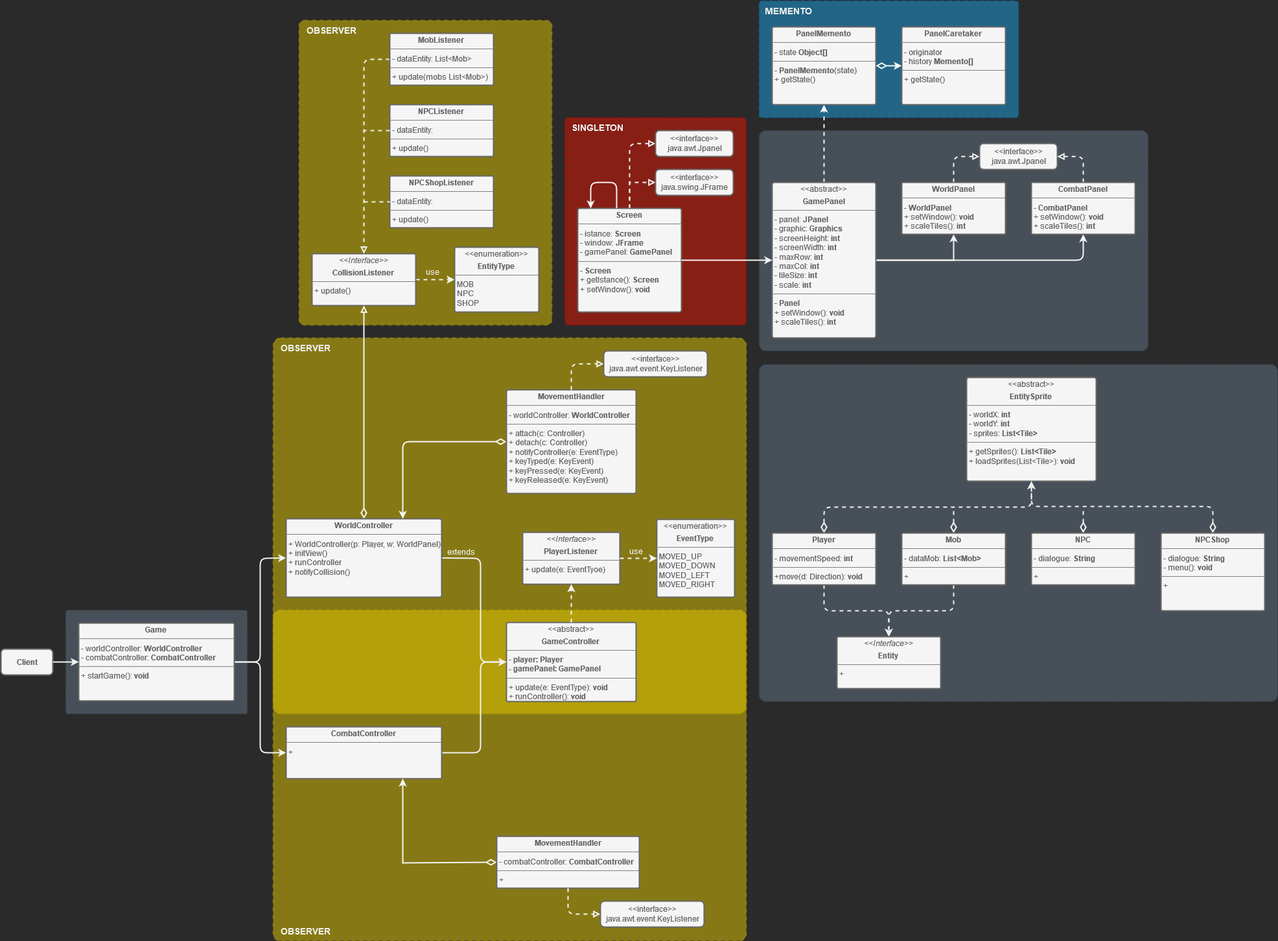
Earlier version of the draw.io export log/diagrams/UML/Andrea/pattern.drawio.png (weiss25r/Progetto-ISS-2022-2023). Source tidied: cells renumbered, new cells last; positions are measured from the earlier drawing's top-left corner, leaving out a move shared by most shapes.
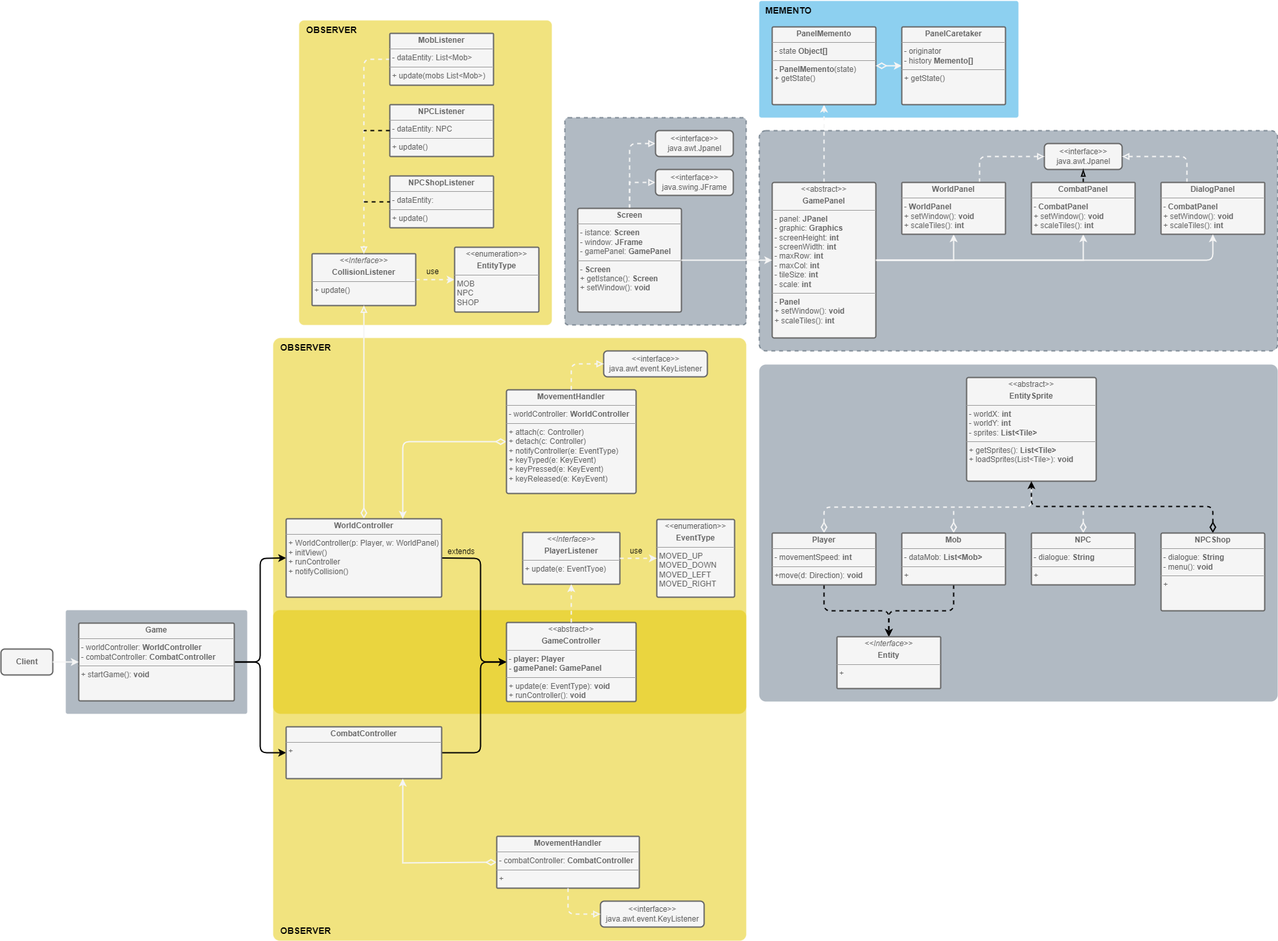
After the change.

Change to the diagram source:
```diff
@@ -2,28 +2,28 @@
   <root>
     <mxCell id="0" />
     <mxCell id="1" parent="0" />
-    <mxCell id="2" style="rounded=1;whiteSpace=wrap;html=1;strokeColor=#B09500;strokeWidth=2;arcSize=2;fillColor=#e3c800;dashed=1;opacity=50;fontColor=#000000;" parent="1" vertex="1">
+    <mxCell id="2" style="rounded=1;whiteSpace=wrap;html=1;strokeColor=none;strokeWidth=2;arcSize=2;fillColor=#e3c800;dashed=1;opacity=50;fontColor=#000000;" parent="1" vertex="1">
       <mxGeometry x="420" y="940" width="730" height="510" as="geometry" />
     </mxCell>
-    <mxCell id="3" style="rounded=1;whiteSpace=wrap;html=1;strokeColor=#B09500;strokeWidth=2;arcSize=2;fillColor=#e3c800;dashed=1;opacity=50;fontColor=#000000;" parent="1" vertex="1">
+    <mxCell id="3" style="rounded=1;whiteSpace=wrap;html=1;strokeColor=none;strokeWidth=2;arcSize=2;fillColor=#e3c800;dashed=1;opacity=50;fontColor=#000000;" parent="1" vertex="1">
       <mxGeometry x="460" y="30" width="390" height="470" as="geometry" />
     </mxCell>
-    <mxCell id="4" style="rounded=1;whiteSpace=wrap;html=1;strokeColor=#B09500;strokeWidth=2;arcSize=2;fillColor=#e3c800;dashed=1;opacity=50;fontColor=#000000;" parent="1" vertex="1">
+    <mxCell id="4" style="rounded=1;whiteSpace=wrap;html=1;strokeColor=none;strokeWidth=2;arcSize=2;fillColor=#e3c800;dashed=1;opacity=50;fontColor=#000000;" parent="1" vertex="1">
       <mxGeometry x="420" y="520" width="730" height="580" as="geometry" />
     </mxCell>
-    <mxCell id="5" style="rounded=1;whiteSpace=wrap;html=1;strokeColor=#314354;strokeWidth=2;arcSize=2;fillColor=#647687;dashed=1;opacity=50;fontColor=#ffffff;" parent="1" vertex="1">
+    <mxCell id="5" style="rounded=1;whiteSpace=wrap;html=1;strokeColor=none;strokeWidth=2;arcSize=2;fillColor=#647687;dashed=1;opacity=50;fontColor=#ffffff;" parent="1" vertex="1">
       <mxGeometry x="1170" y="561" width="800" height="520" as="geometry" />
     </mxCell>
-    <mxCell id="6" style="rounded=1;whiteSpace=wrap;html=1;strokeColor=#006EAF;strokeWidth=2;arcSize=2;fillColor=#1ba1e2;dashed=1;opacity=50;fontColor=#ffffff;" parent="1" vertex="1">
+    <mxCell id="6" style="rounded=1;whiteSpace=wrap;html=1;strokeColor=none;strokeWidth=2;arcSize=2;fillColor=#1ba1e2;dashed=1;opacity=50;fontColor=#ffffff;" parent="1" vertex="1">
       <mxGeometry x="1170" width="400" height="180" as="geometry" />
     </mxCell>
-    <mxCell id="7" style="rounded=1;whiteSpace=wrap;html=1;strokeColor=#314354;strokeWidth=2;arcSize=2;fillColor=#647687;dashed=1;opacity=50;fontColor=#ffffff;" parent="1" vertex="1">
+    <mxCell id="7" style="rounded=1;whiteSpace=wrap;html=1;strokeColor=none;strokeWidth=2;arcSize=2;fillColor=#647687;dashed=1;opacity=50;fontColor=#ffffff;" parent="1" vertex="1">
       <mxGeometry x="100" y="940" width="280" height="160" as="geometry" />
     </mxCell>
     <mxCell id="8" style="rounded=1;whiteSpace=wrap;html=1;strokeColor=#314354;strokeWidth=2;arcSize=3;fillColor=#647687;dashed=1;opacity=50;fontColor=#ffffff;" parent="1" vertex="1">
-      <mxGeometry x="1170" y="200" width="600" height="340" as="geometry" />
+      <mxGeometry x="1170" y="200" width="800" height="340" as="geometry" />
     </mxCell>
-    <mxCell id="9" style="rounded=1;whiteSpace=wrap;html=1;strokeColor=#B20000;strokeWidth=2;arcSize=2;fillColor=#e51400;dashed=1;opacity=50;fontColor=#ffffff;" parent="1" vertex="1">
+    <mxCell id="9" style="rounded=1;whiteSpace=wrap;html=1;strokeColor=#314354;strokeWidth=2;arcSize=2;fillColor=#647687;dashed=1;opacity=50;fontColor=#ffffff;" parent="1" vertex="1">
       <mxGeometry x="870" y="180" width="280" height="320" as="geometry" />
     </mxCell>
     <mxCell id="10" style="edgeStyle=none;rounded=0;jettySize=auto;html=1;exitX=1;exitY=0.5;exitDx=0;exitDy=0;entryX=0;entryY=0.5;entryDx=0;entryDy=0;dashed=1;endArrow=classic;endFill=1;strokeColor=#F5F5F5;strokeWidth=2;startArrow=none;" parent="1" edge="1" source="11" target="52">
@@ -41,7 +41,7 @@
     <mxCell id="14" value="&lt;p style=&quot;margin:0px;margin-top:4px;text-align:center;&quot;&gt;&lt;b style=&quot;background-color: initial;&quot;&gt;MobListener&lt;/b&gt;&lt;br&gt;&lt;/p&gt;&lt;hr size=&quot;1&quot;&gt;&lt;p style=&quot;margin:0px;margin-left:4px;&quot;&gt;- dataEntity: List&amp;lt;Mob&amp;gt;&lt;br&gt;&lt;/p&gt;&lt;hr size=&quot;1&quot;&gt;&lt;p style=&quot;margin:0px;margin-left:4px;&quot;&gt;+ update(mobs List&amp;lt;Mob&amp;gt;)&lt;br&gt;&lt;/p&gt;&lt;p style=&quot;margin:0px;margin-left:4px;&quot;&gt;&lt;br&gt;&lt;/p&gt;" style="verticalAlign=top;align=left;overflow=fill;fontSize=12;fontFamily=Helvetica;html=1;rounded=1;arcSize=2;strokeWidth=2;fillColor=#f5f5f5;fontColor=#666666;strokeColor=#666666;labelBorderColor=none;labelBackgroundColor=none;perimeterSpacing=0;" parent="1" vertex="1">
       <mxGeometry x="600" y="50" width="160" height="80" as="geometry" />
     </mxCell>
-    <mxCell id="15" value="&lt;p style=&quot;margin:0px;margin-top:4px;text-align:center;&quot;&gt;&lt;b style=&quot;background-color: initial;&quot;&gt;NPCListener&lt;/b&gt;&lt;br&gt;&lt;/p&gt;&lt;hr size=&quot;1&quot;&gt;&lt;p style=&quot;margin:0px;margin-left:4px;&quot;&gt;- dataEntity:&lt;br&gt;&lt;/p&gt;&lt;hr size=&quot;1&quot;&gt;&lt;p style=&quot;margin:0px;margin-left:4px;&quot;&gt;+ update()&lt;/p&gt;" style="verticalAlign=top;align=left;overflow=fill;fontSize=12;fontFamily=Helvetica;html=1;rounded=1;arcSize=2;strokeWidth=2;fillColor=#f5f5f5;fontColor=#666666;strokeColor=#666666;labelBorderColor=none;labelBackgroundColor=none;perimeterSpacing=0;" parent="1" vertex="1">
+    <mxCell id="15" value="&lt;p style=&quot;margin:0px;margin-top:4px;text-align:center;&quot;&gt;&lt;b style=&quot;background-color: initial;&quot;&gt;NPCListener&lt;/b&gt;&lt;br&gt;&lt;/p&gt;&lt;hr size=&quot;1&quot;&gt;&lt;p style=&quot;margin:0px;margin-left:4px;&quot;&gt;- dataEntity: NPC&lt;br&gt;&lt;/p&gt;&lt;hr size=&quot;1&quot;&gt;&lt;p style=&quot;margin:0px;margin-left:4px;&quot;&gt;+ update()&lt;/p&gt;" style="verticalAlign=top;align=left;overflow=fill;fontSize=12;fontFamily=Helvetica;html=1;rounded=1;arcSize=2;strokeWidth=2;fillColor=#f5f5f5;fontColor=#666666;strokeColor=#666666;labelBorderColor=none;labelBackgroundColor=none;perimeterSpacing=0;" parent="1" vertex="1">
       <mxGeometry x="600" y="160" width="160" height="80" as="geometry" />
     </mxCell>
     <mxCell id="16" style="edgeStyle=none;rounded=1;jettySize=auto;html=1;exitX=1;exitY=0.5;exitDx=0;exitDy=0;entryX=0;entryY=0.5;entryDx=0;entryDy=0;strokeWidth=2;startArrow=none;startFill=0;startSize=12;" parent="1" edge="1" source="18" target="51">
@@ -75,7 +75,7 @@
     <mxCell id="22" style="edgeStyle=orthogonalEdgeStyle;rounded=0;jettySize=auto;html=1;exitX=1;exitY=0.5;exitDx=0;exitDy=0;entryX=0.5;entryY=1;entryDx=0;entryDy=0;strokeColor=#F5F5F5;strokeWidth=2;fontColor=#666666;endArrow=classic;endFill=1;" parent="1" edge="1" source="33" target="30">
       <mxGeometry relative="1" as="geometry" />
     </mxCell>
-    <mxCell id="23" style="edgeStyle=orthogonalEdgeStyle;rounded=1;jettySize=auto;html=1;exitX=1;exitY=0.5;exitDx=0;exitDy=0;entryX=0.5;entryY=1;entryDx=0;entryDy=0;strokeColor=#F5F5F5;strokeWidth=2;fontColor=#666666;endArrow=classic;endFill=1;" parent="1" edge="1" source="33" target="35">
+    <mxCell id="23" style="edgeStyle=orthogonalEdgeStyle;rounded=0;jettySize=auto;html=1;exitX=1;exitY=0.5;exitDx=0;exitDy=0;entryX=0.5;entryY=1;entryDx=0;entryDy=0;strokeColor=#F5F5F5;strokeWidth=2;fontColor=#666666;endArrow=classic;endFill=1;" parent="1" edge="1" source="33" target="35">
       <mxGeometry relative="1" as="geometry" />
     </mxCell>
     <mxCell id="24" value="&lt;p style=&quot;margin:0px;margin-top:4px;text-align:center;&quot;&gt;&lt;b&gt;Screen&lt;br&gt;&lt;/b&gt;&lt;/p&gt;&lt;hr size=&quot;1&quot;&gt;&lt;p style=&quot;margin:0px;margin-left:4px;&quot;&gt;- istance: &lt;b&gt;Screen&lt;/b&gt;&lt;/p&gt;&lt;p style=&quot;margin:0px;margin-left:4px;&quot;&gt;- window: &lt;b&gt;JFrame&lt;br&gt;&lt;/b&gt;&lt;/p&gt;&lt;p style=&quot;margin:0px;margin-left:4px;&quot;&gt;- gamePanel: &lt;b&gt;GamePanel&lt;br&gt;&lt;/b&gt;&lt;/p&gt;&lt;hr size=&quot;1&quot;&gt;&lt;p style=&quot;margin:0px;margin-left:4px;&quot;&gt;- &lt;b&gt;Screen&lt;/b&gt;&lt;br&gt;+ getIstance(): &lt;b&gt;Screen&lt;/b&gt;&lt;/p&gt;&lt;p style=&quot;margin:0px;margin-left:4px;&quot;&gt;+&lt;b&gt; &lt;/b&gt;setWindow(): &lt;b&gt;void&lt;/b&gt;&lt;/p&gt;" style="verticalAlign=top;align=left;overflow=fill;fontSize=12;fontFamily=Helvetica;html=1;rounded=1;arcSize=2;strokeWidth=2;fillColor=#f5f5f5;fontColor=#666666;strokeColor=#666666;labelBorderColor=none;labelBackgroundColor=none;perimeterSpacing=0;" parent="1" vertex="1">
@@ -84,30 +84,20 @@
     <mxCell id="25" style="endArrow=classic;html=1;rounded=1;strokeColor=#F5F5F5;strokeWidth=2;fontColor=#666666;entryX=0;entryY=0.5;entryDx=0;entryDy=0;exitX=1;exitY=0.5;exitDx=0;exitDy=0;" parent="1" edge="1" source="19" target="18">
       <mxGeometry relative="1" as="geometry" />
     </mxCell>
-    <mxCell id="26" style="endArrow=classic;html=1;rounded=1;strokeColor=#F5F5F5;strokeWidth=2;fontColor=#666666;" parent="1" edge="1">
-      <mxGeometry relative="1" as="geometry">
-        <mxPoint x="950" y="320" as="sourcePoint" />
-        <mxPoint x="910" y="320" as="targetPoint" />
-        <Array as="points">
-          <mxPoint x="950" y="280" />
-          <mxPoint x="910" y="280" />
-        </Array>
-      </mxGeometry>
-    </mxCell>
     <mxCell id="27" value="&lt;div&gt;&lt;font color=&quot;#666666&quot;&gt;&amp;lt;&amp;lt;interface&amp;gt;&amp;gt;&lt;/font&gt;&lt;/div&gt;&lt;div&gt;&lt;font color=&quot;#666666&quot;&gt;java.swing.JFrame&lt;br&gt;&lt;/font&gt;&lt;/div&gt;" style="html=1;strokeWidth=2;strokeColor=#666666;rounded=1;fillColor=#F5F5F5;" parent="1" vertex="1">
       <mxGeometry x="1010" y="260" width="120" height="40" as="geometry" />
     </mxCell>
     <mxCell id="28" value="&lt;div&gt;&lt;font color=&quot;#666666&quot;&gt;&amp;lt;&amp;lt;interface&amp;gt;&amp;gt;&lt;/font&gt;&lt;/div&gt;&lt;div&gt;&lt;font color=&quot;#666666&quot;&gt;java.awt.Jpanel&lt;/font&gt;&lt;/div&gt;" style="html=1;strokeWidth=2;strokeColor=#666666;rounded=1;fillColor=#F5F5F5;" parent="1" vertex="1">
       <mxGeometry x="1010" y="200" width="120" height="40" as="geometry" />
     </mxCell>
-    <mxCell id="29" style="edgeStyle=orthogonalEdgeStyle;rounded=1;jettySize=auto;html=1;exitX=0.5;exitY=0;exitDx=0;exitDy=0;entryX=0;entryY=0.5;entryDx=0;entryDy=0;strokeColor=#F5F5F5;strokeWidth=2;fontColor=#666666;endArrow=block;endFill=0;dashed=1;" parent="1" edge="1" source="30" target="31">
+    <mxCell id="29" style="edgeStyle=orthogonalEdgeStyle;rounded=1;jettySize=auto;html=1;exitX=0.75;exitY=0;exitDx=0;exitDy=0;entryX=0;entryY=0.5;entryDx=0;entryDy=0;strokeColor=#F5F5F5;strokeWidth=2;fontColor=#666666;endArrow=block;endFill=0;dashed=1;" parent="1" edge="1" source="30" target="31">
       <mxGeometry relative="1" as="geometry" />
     </mxCell>
     <mxCell id="30" value="&lt;p style=&quot;margin:0px;margin-top:4px;text-align:center;&quot;&gt;&lt;b&gt;WorldPanel&lt;br&gt;&lt;/b&gt;&lt;/p&gt;&lt;hr size=&quot;1&quot;&gt;&lt;p style=&quot;margin:0px;margin-left:4px;&quot;&gt;- &lt;b&gt;WorldPanel&lt;/b&gt;&lt;/p&gt;&lt;p style=&quot;margin:0px;margin-left:4px;&quot;&gt;+&lt;b&gt; &lt;/b&gt;setWindow(): &lt;b&gt;void&lt;br&gt;&lt;/b&gt;&lt;/p&gt;&lt;p style=&quot;margin:0px;margin-left:4px;&quot;&gt;+ scaleTiles(): &lt;b&gt;int&lt;/b&gt;&lt;/p&gt;" style="verticalAlign=top;align=left;overflow=fill;fontSize=12;fontFamily=Helvetica;html=1;rounded=1;arcSize=2;strokeWidth=2;fillColor=#f5f5f5;fontColor=#666666;strokeColor=#666666;labelBorderColor=none;labelBackgroundColor=none;perimeterSpacing=0;" parent="1" vertex="1">
       <mxGeometry x="1390" y="280" width="160" height="80" as="geometry" />
     </mxCell>
     <mxCell id="31" value="&lt;div&gt;&lt;font color=&quot;#666666&quot;&gt;&amp;lt;&amp;lt;interface&amp;gt;&amp;gt;&lt;/font&gt;&lt;/div&gt;&lt;div&gt;&lt;font color=&quot;#666666&quot;&gt;java.awt.Jpanel&lt;/font&gt;&lt;/div&gt;" style="html=1;strokeWidth=2;strokeColor=#666666;rounded=1;fillColor=#F5F5F5;" parent="1" vertex="1">
-      <mxGeometry x="1510" y="220" width="120" height="40" as="geometry" />
+      <mxGeometry x="1610" y="220" width="120" height="40" as="geometry" />
     </mxCell>
     <mxCell id="32" style="edgeStyle=orthogonalEdgeStyle;rounded=0;jettySize=auto;html=1;exitX=0.5;exitY=0;exitDx=0;exitDy=0;strokeColor=#F5F5F5;strokeWidth=2;fontColor=#666666;startArrow=none;startFill=0;endArrow=classic;endFill=1;startSize=12;dashed=1;entryX=0.5;entryY=1;entryDx=0;entryDy=0;" parent="1" edge="1" source="33" target="37">
       <mxGeometry relative="1" as="geometry" />
@@ -115,9 +105,12 @@
     <mxCell id="33" value="&lt;p style=&quot;margin:0px;margin-top:4px;text-align:center;&quot;&gt;&amp;lt;&amp;lt;abstract&amp;gt;&amp;gt;&lt;br&gt;&lt;/p&gt;&lt;p style=&quot;margin:0px;margin-top:4px;text-align:center;&quot;&gt;&lt;b&gt;GamePanel&lt;/b&gt;&lt;/p&gt;&lt;hr size=&quot;1&quot;&gt;&lt;p style=&quot;margin: 0px 0px 0px 4px;&quot;&gt;- panel:&amp;nbsp;&lt;b&gt;JPanel&lt;/b&gt;&lt;b&gt;&lt;/b&gt;&lt;/p&gt;&lt;p style=&quot;margin: 0px 0px 0px 4px;&quot;&gt;- graphic:&lt;b&gt;&amp;nbsp;Graphics&lt;br&gt;&lt;/b&gt;&lt;/p&gt;&lt;p style=&quot;margin: 0px 0px 0px 4px;&quot;&gt;- screenHeight:&amp;nbsp;&lt;b&gt;int&lt;/b&gt;&lt;/p&gt;&lt;p style=&quot;margin: 0px 0px 0px 4px;&quot;&gt;- screenWidth:&amp;nbsp;&lt;b&gt;int&lt;/b&gt;&lt;/p&gt;&lt;p style=&quot;margin: 0px 0px 0px 4px;&quot;&gt;- maxRow:&amp;nbsp;&lt;b&gt;int&lt;/b&gt;&lt;br&gt;&lt;/p&gt;&lt;p style=&quot;margin: 0px 0px 0px 4px;&quot;&gt;- maxCol:&amp;nbsp;&lt;b&gt;int&lt;/b&gt;&lt;/p&gt;&lt;p style=&quot;margin: 0px 0px 0px 4px;&quot;&gt;- tileSize:&amp;nbsp;&lt;b&gt;int&lt;/b&gt;&lt;/p&gt;&lt;p style=&quot;margin: 0px 0px 0px 4px;&quot;&gt;- scale:&amp;nbsp;&lt;b&gt;int&lt;/b&gt;&lt;/p&gt;&lt;hr size=&quot;1&quot;&gt;&lt;p style=&quot;margin:0px;margin-left:4px;&quot;&gt;- &lt;b&gt;Panel&lt;/b&gt;&lt;/p&gt;&lt;p style=&quot;margin:0px;margin-left:4px;&quot;&gt;+&lt;b&gt; &lt;/b&gt;setWindow(): &lt;b&gt;void&lt;br&gt;&lt;/b&gt;&lt;/p&gt;&lt;p style=&quot;margin:0px;margin-left:4px;&quot;&gt;+ scaleTiles(): &lt;b&gt;int&lt;/b&gt;&lt;/p&gt;" style="verticalAlign=top;align=left;overflow=fill;fontSize=12;fontFamily=Helvetica;html=1;rounded=1;arcSize=2;strokeWidth=2;fillColor=#f5f5f5;fontColor=#666666;strokeColor=#666666;labelBorderColor=none;labelBackgroundColor=none;perimeterSpacing=0;" parent="1" vertex="1">
       <mxGeometry x="1190" y="280" width="160" height="240" as="geometry" />
     </mxCell>
-    <mxCell id="34" style="edgeStyle=orthogonalEdgeStyle;rounded=1;jettySize=auto;html=1;exitX=0.5;exitY=0;exitDx=0;exitDy=0;entryX=1;entryY=0.5;entryDx=0;entryDy=0;strokeColor=#F5F5F5;strokeWidth=2;fontColor=#666666;endArrow=block;endFill=0;dashed=1;" parent="1" edge="1" source="35" target="31">
+    <mxCell id="34" style="edgeStyle=orthogonalEdgeStyle;rounded=1;jettySize=auto;html=1;exitX=0.25;exitY=0;exitDx=0;exitDy=0;entryX=1;entryY=0.5;entryDx=0;entryDy=0;strokeColor=#F5F5F5;strokeWidth=2;fontColor=#666666;endArrow=block;endFill=0;dashed=1;" parent="1" edge="1" source="82" target="31">
       <mxGeometry relative="1" as="geometry" />
     </mxCell>
+    <mxCell id="81" style="edgeStyle=orthogonalEdgeStyle;rounded=0;jettySize=auto;html=1;exitX=0.5;exitY=0;exitDx=0;exitDy=0;entryX=0.5;entryY=1;entryDx=0;entryDy=0;strokeWidth=2;endArrow=blockThin;endFill=0;dashed=1;" parent="1" edge="1" source="35" target="31">
+      <mxGeometry relative="1" as="geometry" />
+    </mxCell>
     <mxCell id="35" value="&lt;p style=&quot;margin:0px;margin-top:4px;text-align:center;&quot;&gt;&lt;b style=&quot;text-align: left;&quot;&gt;CombatPanel&lt;/b&gt;&lt;b&gt;&lt;br&gt;&lt;/b&gt;&lt;/p&gt;&lt;hr size=&quot;1&quot;&gt;&lt;p style=&quot;margin:0px;margin-left:4px;&quot;&gt;- &lt;b&gt;CombatPanel&lt;/b&gt;&lt;/p&gt;&lt;p style=&quot;margin:0px;margin-left:4px;&quot;&gt;+&lt;b&gt; &lt;/b&gt;setWindow(): &lt;b&gt;void&lt;br&gt;&lt;/b&gt;&lt;/p&gt;&lt;p style=&quot;margin:0px;margin-left:4px;&quot;&gt;+ scaleTiles(): &lt;b&gt;int&lt;/b&gt;&lt;/p&gt;" style="verticalAlign=top;align=left;overflow=fill;fontSize=12;fontFamily=Helvetica;html=1;rounded=1;arcSize=2;strokeWidth=2;fillColor=#f5f5f5;fontColor=#666666;strokeColor=#666666;labelBorderColor=none;labelBackgroundColor=none;perimeterSpacing=0;" parent="1" vertex="1">
       <mxGeometry x="1590" y="280" width="160" height="80" as="geometry" />
     </mxCell>
@@ -205,9 +198,6 @@
     <mxCell id="57" value="&lt;p style=&quot;margin:0px;margin-top:4px;text-align:center;&quot;&gt;&lt;i&gt;&amp;lt;&amp;lt;Interface&amp;gt;&amp;gt;&lt;/i&gt;&lt;/p&gt;&lt;p style=&quot;margin:0px;margin-top:4px;text-align:center;&quot;&gt;&lt;b&gt;PlayerListener&lt;br&gt;&lt;/b&gt;&lt;/p&gt;&lt;hr size=&quot;1&quot;&gt;&lt;p style=&quot;margin:0px;margin-left:4px;&quot;&gt;+ update(e: EventTyoe)&lt;br&gt;&lt;/p&gt;" style="verticalAlign=top;align=left;overflow=fill;fontSize=12;fontFamily=Helvetica;html=1;rounded=1;arcSize=2;strokeWidth=2;fillColor=#f5f5f5;fontColor=#666666;strokeColor=#666666;labelBorderColor=none;labelBackgroundColor=none;perimeterSpacing=0;" parent="1" vertex="1">
       <mxGeometry x="805" y="820" width="150" height="80" as="geometry" />
     </mxCell>
-    <mxCell id="58" value="SINGLETON" style="text;html=1;align=center;verticalAlign=middle;strokeColor=none;fillColor=none;fontSize=14;fontStyle=1;" parent="1" vertex="1">
-      <mxGeometry x="870" y="180" width="100" height="30" as="geometry" />
-    </mxCell>
     <mxCell id="59" value="MEMENTO" style="text;html=1;align=center;verticalAlign=middle;strokeColor=none;fillColor=none;fontSize=14;fontStyle=1;" parent="1" vertex="1">
       <mxGeometry x="1165" width="100" height="30" as="geometry" />
     </mxCell>
@@ -296,5 +286,11 @@
     <mxCell id="80" value="&lt;p style=&quot;margin:0px;margin-top:4px;text-align:center;&quot;&gt;&lt;i&gt;&amp;lt;&amp;lt;Interface&amp;gt;&amp;gt;&lt;/i&gt;&lt;/p&gt;&lt;p style=&quot;margin:0px;margin-top:4px;text-align:center;&quot;&gt;&lt;b&gt;Entity&lt;br&gt;&lt;/b&gt;&lt;/p&gt;&lt;hr size=&quot;1&quot;&gt;&lt;p style=&quot;margin:0px;margin-left:4px;&quot;&gt;&lt;span style=&quot;background-color: initial;&quot;&gt;+&amp;nbsp;&lt;/span&gt;&lt;/p&gt;" style="verticalAlign=top;align=left;overflow=fill;fontSize=12;fontFamily=Helvetica;html=1;rounded=1;arcSize=2;strokeWidth=2;fillColor=#f5f5f5;fontColor=#666666;strokeColor=#666666;labelBorderColor=none;labelBackgroundColor=none;perimeterSpacing=0;" parent="1" vertex="1">
       <mxGeometry x="1290" y="981" width="160" height="80" as="geometry" />
     </mxCell>
+    <mxCell id="82" value="&lt;p style=&quot;margin:0px;margin-top:4px;text-align:center;&quot;&gt;&lt;b style=&quot;text-align: left;&quot;&gt;DialogPanel&lt;/b&gt;&lt;b&gt;&lt;br&gt;&lt;/b&gt;&lt;/p&gt;&lt;hr size=&quot;1&quot;&gt;&lt;p style=&quot;margin:0px;margin-left:4px;&quot;&gt;- &lt;b&gt;CombatPanel&lt;/b&gt;&lt;/p&gt;&lt;p style=&quot;margin:0px;margin-left:4px;&quot;&gt;+&lt;b&gt; &lt;/b&gt;setWindow(): &lt;b&gt;void&lt;br&gt;&lt;/b&gt;&lt;/p&gt;&lt;p style=&quot;margin:0px;margin-left:4px;&quot;&gt;+ scaleTiles(): &lt;b&gt;int&lt;/b&gt;&lt;/p&gt;" style="verticalAlign=top;align=left;overflow=fill;fontSize=12;fontFamily=Helvetica;html=1;rounded=1;arcSize=2;strokeWidth=2;fillColor=#f5f5f5;fontColor=#666666;strokeColor=#666666;labelBorderColor=none;labelBackgroundColor=none;perimeterSpacing=0;" parent="1" vertex="1">
+      <mxGeometry x="1790" y="280" width="160" height="80" as="geometry" />
+    </mxCell>
+    <mxCell id="83" style="edgeStyle=orthogonalEdgeStyle;rounded=1;jettySize=auto;html=1;exitX=1;exitY=0.5;exitDx=0;exitDy=0;entryX=0.5;entryY=1;entryDx=0;entryDy=0;strokeColor=#F5F5F5;strokeWidth=2;fontColor=#666666;endArrow=classic;endFill=1;" parent="1" edge="1" source="33" target="82">
+      <mxGeometry relative="1" as="geometry" />
+    </mxCell>
   </root>
 </mxGraphModel>
```
